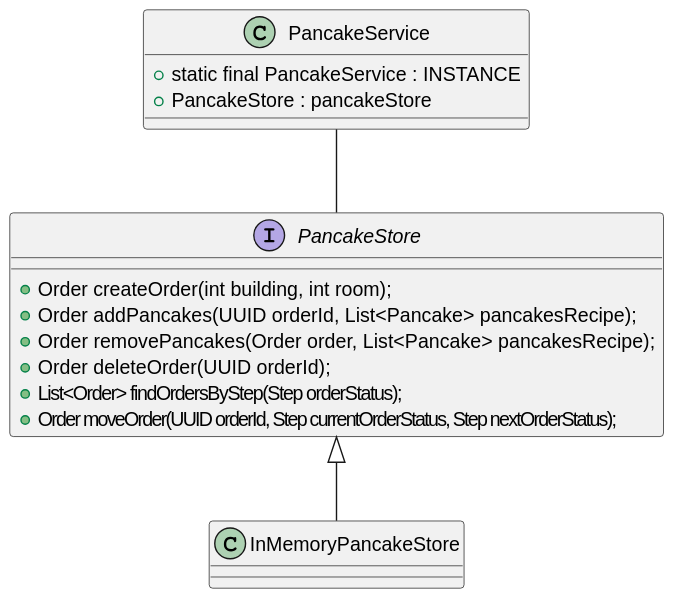
Earlier version of the PlantUML export docs/PancakeService.svg (lucapf/PancakeLab). Source of this version:
```plantuml
@startuml
class PancakeService {
+ static final PancakeService : INSTANCE
+ PancakeStore : pancakeStore


}

PancakeService -- PancakeStore
interface PancakeStore{
  + Order createOrder(int building, int room);
  + Order addPancakes(UUID orderId, List<Pancake> pancakesRecipe);
  + Order removePancakes(Order order, List<Pancake> pancakesRecipe);
  + Order deleteOrder(UUID orderId);
  + List<Order> findOrdersByStep(Step step);
  + Order moveOrder(UUID orderId, Step currentStep, Step nextStep);
}
class InMemoryPancakeStore{}

PancakeStore <|-- InMemoryPancakeStore
@enduml
```
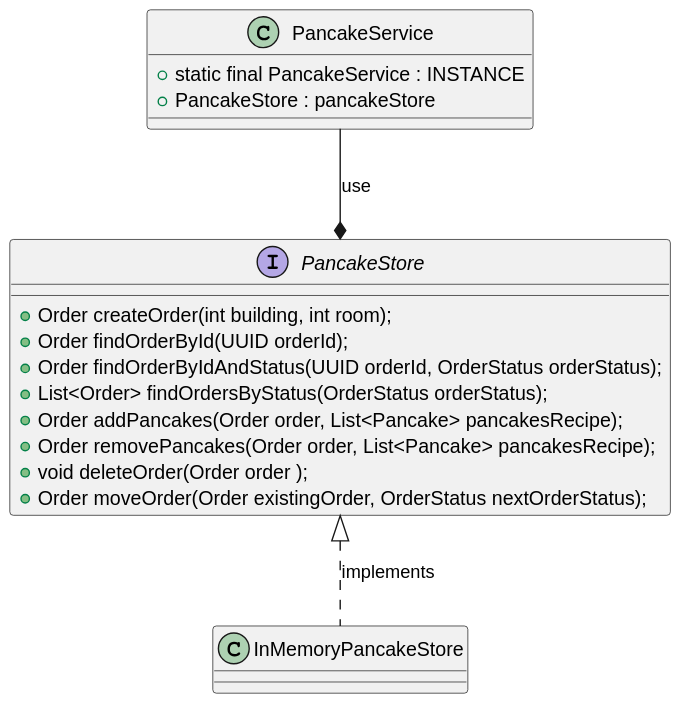
Later version of the same file.

What changed in the source:
```diff
@@ -6,16 +6,18 @@
 
 }
 
-PancakeService -- PancakeStore
+PancakeService --* PancakeStore: use
 interface PancakeStore{
   + Order createOrder(int building, int room);
-  + Order addPancakes(UUID orderId, List<Pancake> pancakesRecipe);
+  + Order findOrderById(UUID orderId);
+  + Order findOrderByIdAndStatus(UUID orderId, OrderStatus orderStatus);
+  + List<Order> findOrdersByStatus(OrderStatus orderStatus);
+  + Order addPancakes(Order order, List<Pancake> pancakesRecipe);
   + Order removePancakes(Order order, List<Pancake> pancakesRecipe);
-  + Order deleteOrder(UUID orderId);
-  + List<Order> findOrdersByStep(Step step);
-  + Order moveOrder(UUID orderId, Step currentStep, Step nextStep);
+  + void deleteOrder(Order order );
+  + Order moveOrder(Order existingOrder, OrderStatus nextOrderStatus);
 }
 class InMemoryPancakeStore{}
 
-PancakeStore <|-- InMemoryPancakeStore
+PancakeStore <|.. InMemoryPancakeStore: implements
 @enduml
```
